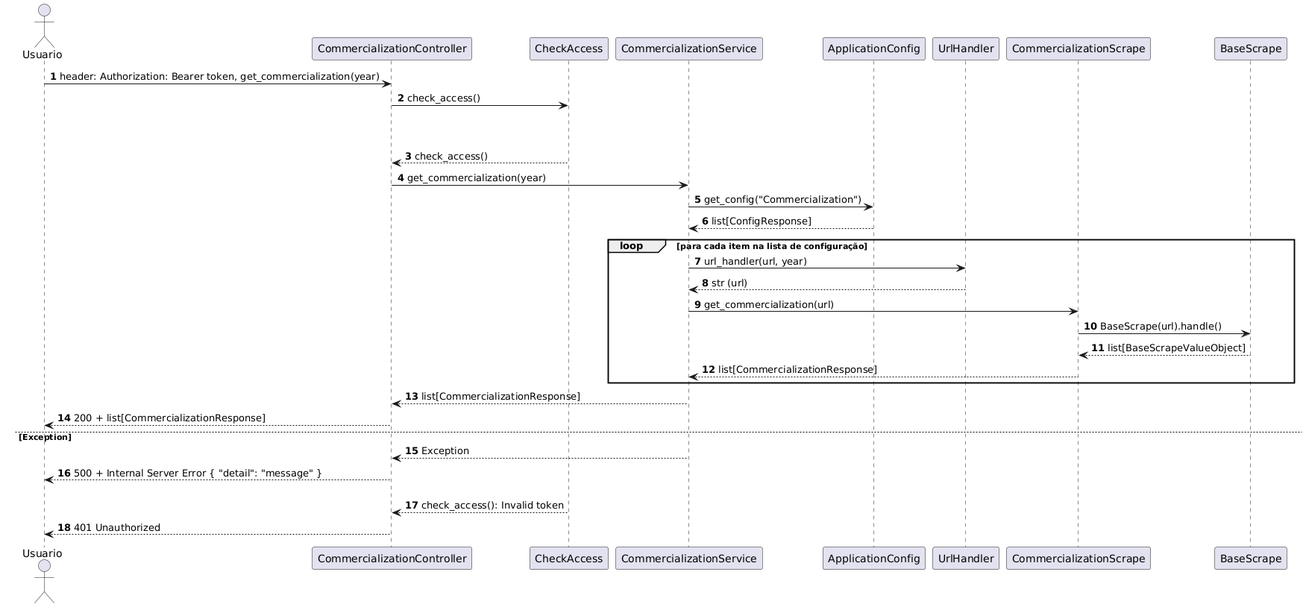
Earlier version of the PlantUML export app/architecture_diagrams/sequence_endpoint_commercialization.png (henriquecomp/vinicultura).
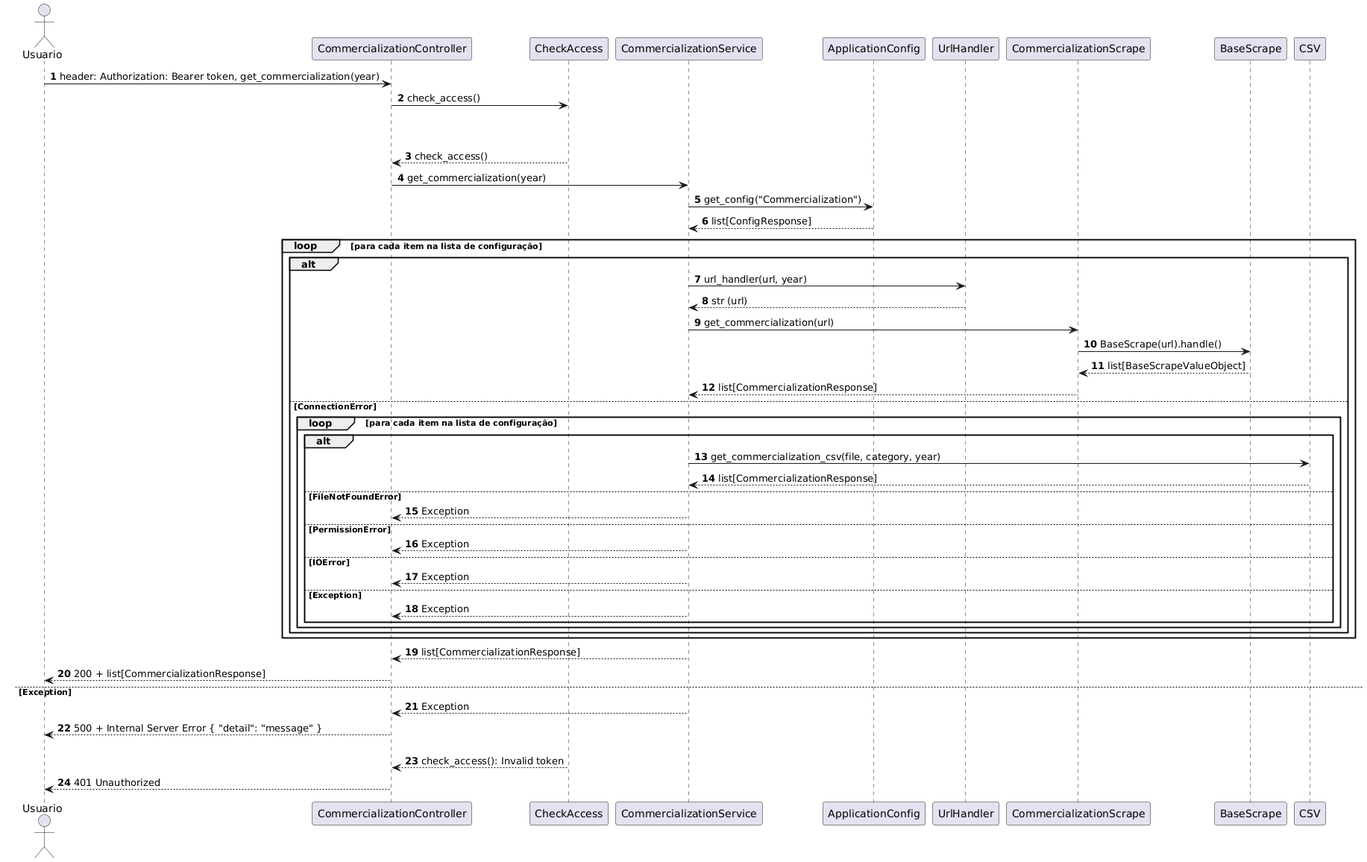
The same diagram one commit later.

What changed in the source:
```diff
@@ -19,12 +19,29 @@
         Application -> Config: get_config("Commercialization")
         Config --> Application: list[ConfigResponse]
         loop para cada item na lista de configuração
-            Application -> UrlHandler: url_handler(url, year)
-            UrlHandler --> Application: str (url)
-            Application -> Scrape: get_commercialization(url)
-            Scrape -> BaseScrape: BaseScrape(url).handle()
-            BaseScrape --> Scrape: list[BaseScrapeValueObject]
-            Scrape --> Application: list[CommercializationResponse]
+            alt
+                Application -> UrlHandler: url_handler(url, year)
+                UrlHandler --> Application: str (url)
+                Application -> Scrape: get_commercialization(url)
+                Scrape -> BaseScrape: BaseScrape(url).handle()
+                BaseScrape --> Scrape: list[BaseScrapeValueObject]
+                Scrape --> Application: list[CommercializationResponse]
+            else ConnectionError
+                loop para cada item na lista de configuração
+                    alt
+                        Application -> CSV : get_commercialization_csv(file, category, year)
+                        CSV --> Application : list[CommercializationResponse]
+                    else FileNotFoundError
+                        Application --> Controller : Exception
+                    else PermissionError
+                        Application --> Controller : Exception
+                    else IOError
+                        Application --> Controller : Exception
+                    else Exception
+                        Application --> Controller : Exception
+                    end
+                end
+            end
         end
         Application --> Controller: list[CommercializationResponse]
         Controller --> Usuario: 200 + list[CommercializationResponse]
```
